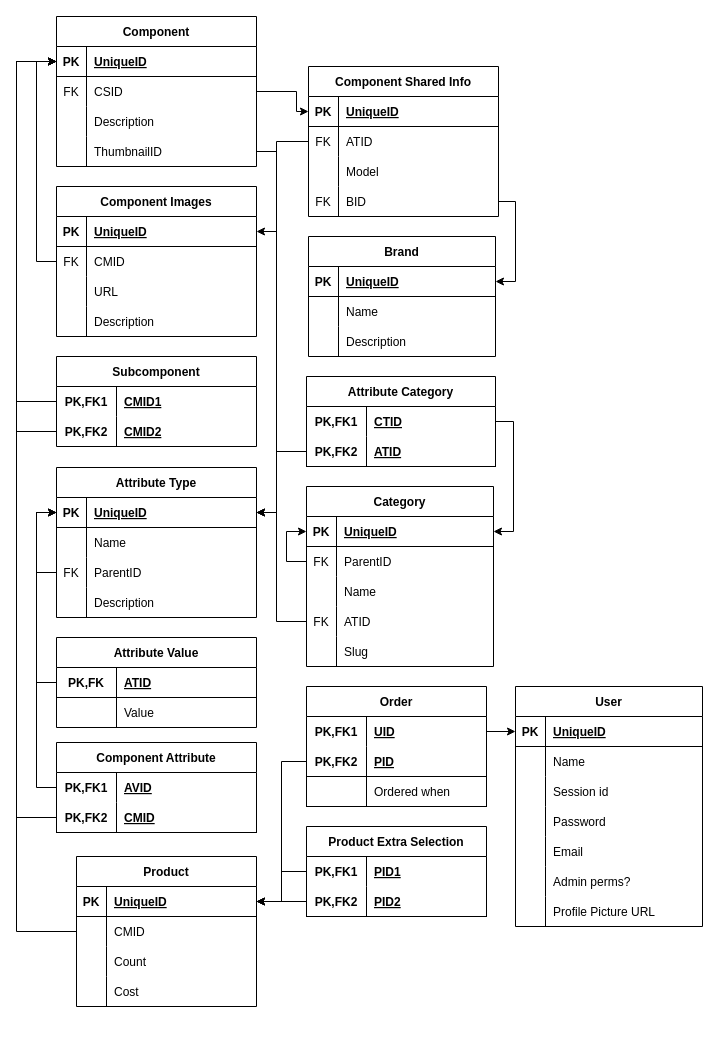
Earlier version of the draw.io diagram backend/Database Model.drawio (AirisRX/IOtech.lt). Source tidied: cells renumbered, new cells numbered last; positions are measured from the earlier drawing's top-left corner, leaving out a move shared by most shapes. Both pictures are drawn from the tidied source at 100%, with x=0, y=0 at pixel (16, 16).
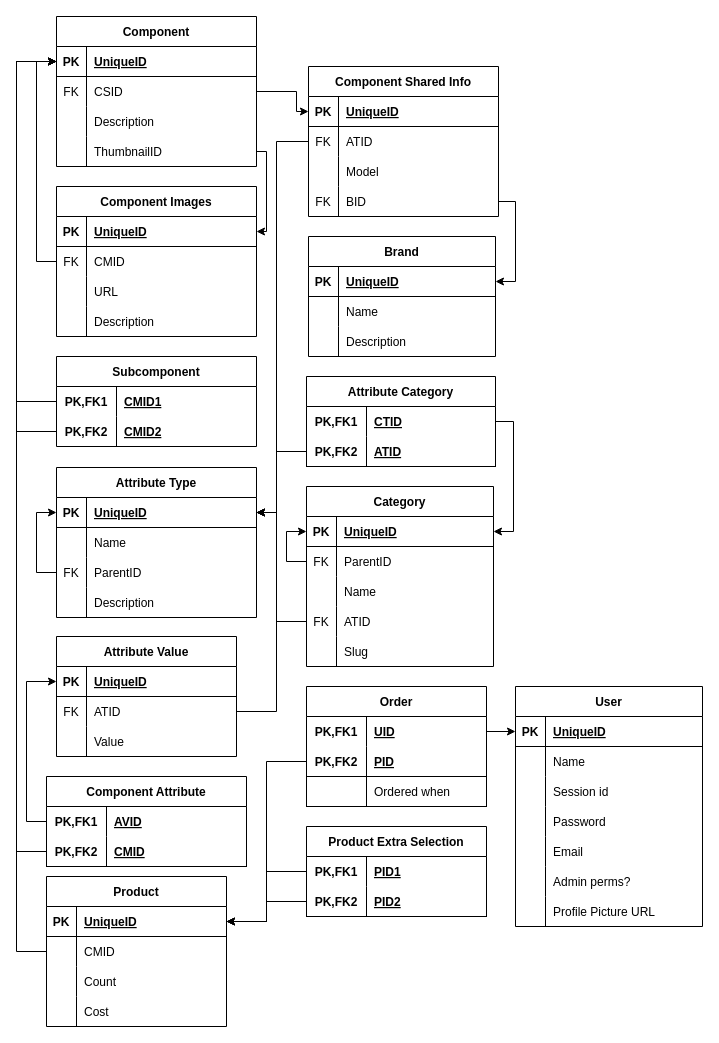
The same diagram, later.

Unchanged cells that the change refers to:
```xml
<mxCell id="54" style="shape=partialRectangle;fillColor=none;top=0;left=0;bottom=1;right=0;points=[[0,0.5],[1,0.5]];portConstraint=eastwest;" parent="53" vertex="1">
  <mxGeometry y="30" width="200" height="30" as="geometry" />
</mxCell>
<mxCell id="68" style="shape=partialRectangle;fillColor=none;top=0;left=0;bottom=0;right=0;points=[[0,0.5],[1,0.5]];portConstraint=eastwest;" parent="67" vertex="1">
  <mxGeometry y="30" width="200" height="30" as="geometry" />
</mxCell>
<mxCell id="71" style="shape=partialRectangle;fillColor=none;top=0;left=0;bottom=1;right=0;points=[[0,0.5],[1,0.5]];portConstraint=eastwest;" parent="67" vertex="1">
  <mxGeometry y="60" width="200" height="30" as="geometry" />
</mxCell>
<mxCell id="136" style="shape=partialRectangle;fillColor=none;top=0;left=0;bottom=1;right=0;points=[[0,0.5],[1,0.5]];portConstraint=eastwest;" parent="135" vertex="1">
  <mxGeometry y="30" width="200" height="30" as="geometry" />
</mxCell>
<mxCell id="145" style="shape=partialRectangle;fillColor=none;top=0;left=0;bottom=0;right=0;points=[[0,0.5],[1,0.5]];portConstraint=eastwest;" parent="135" vertex="1">
  <mxGeometry y="120" width="200" height="30" as="geometry" />
</mxCell>
<mxCell id="149" style="shape=partialRectangle;fillColor=none;top=0;left=0;bottom=1;right=0;points=[[0,0.5],[1,0.5]];portConstraint=eastwest;" parent="148" vertex="1">
  <mxGeometry y="30" width="200" height="30" as="geometry" />
</mxCell>
<mxCell id="170" style="shape=partialRectangle;fillColor=none;top=0;left=0;bottom=0;right=0;points=[[0,0.5],[1,0.5]];portConstraint=eastwest;" parent="166" vertex="1">
  <mxGeometry y="60" width="180" height="30" as="geometry" />
</mxCell>
```

What changed in the source:
```diff
@@
     <mxCell id="67" value="Component Attribute" style="shape=table;startSize=30;childLayout=tableLayout;rowLines=0;fontStyle=1;align=center;" parent="1" vertex="1">
-      <mxGeometry x="40" y="726" width="200" height="90" as="geometry" />
+      <mxGeometry x="30" y="760" width="200" height="90" as="geometry" />
     </mxCell>
@@
-    <mxCell id="117" value="Attribute Value" style="shape=table;startSize=30;childLayout=tableLayout;rowLines=0;fontStyle=1;align=center;" parent="1" vertex="1">
-      <mxGeometry x="40" y="621" width="200" height="90" as="geometry" />
-    </mxCell>
-    <mxCell id="118" style="shape=partialRectangle;fillColor=none;top=0;left=0;bottom=1;right=0;points=[[0,0.5],[1,0.5]];portConstraint=eastwest;" parent="117" vertex="1">
-      <mxGeometry y="30" width="200" height="30" as="geometry" />
-    </mxCell>
-    <mxCell id="119" value="PK,FK" style="shape=partialRectangle;fillColor=none;top=0;left=0;bottom=0;right=0;fontStyle=1;overflow=hidden;" parent="118" vertex="1">
-      <mxGeometry width="60" height="30" as="geometry" />
-    </mxCell>
-    <mxCell id="120" value="ATID" style="shape=partialRectangle;fillColor=none;top=0;left=0;bottom=0;right=0;align=left;spacingLeft=6;fontStyle=5;overflow=hidden;" parent="118" vertex="1">
-      <mxGeometry x="60" width="140" height="30" as="geometry" />
-    </mxCell>
-    <mxCell id="121" style="shape=partialRectangle;fillColor=none;top=0;left=0;bottom=0;right=0;" parent="117" vertex="1">
-      <mxGeometry y="60" width="200" height="30" as="geometry" />
-    </mxCell>
-    <mxCell id="122" style="shape=partialRectangle;fillColor=none;top=0;left=0;bottom=0;right=0;overflow=hidden;" parent="121" vertex="1">
-      <mxGeometry width="60" height="30" as="geometry" />
-    </mxCell>
-    <mxCell id="123" value="Value" style="shape=partialRectangle;fillColor=none;top=0;left=0;bottom=0;right=0;align=left;spacingLeft=6;overflow=hidden;" parent="121" vertex="1">
-      <mxGeometry x="60" width="140" height="30" as="geometry" />
-    </mxCell>
@@
-    <mxCell id="132" style="edgeStyle=orthogonalEdgeStyle;rounded=0;jettySize=auto;html=1;entryX=0;entryY=0.5;entryDx=0;entryDy=0;" parent="1" edge="1" source="118" target="54">
-      <mxGeometry relative="1" as="geometry" />
-    </mxCell>
-    <mxCell id="133" style="edgeStyle=orthogonalEdgeStyle;rounded=0;jettySize=auto;html=1;entryX=0;entryY=0.5;entryDx=0;entryDy=0;" parent="1" edge="1" source="68" target="54">
-      <mxGeometry relative="1" as="geometry" />
-    </mxCell>
@@
     <mxCell id="163" style="edgeStyle=orthogonalEdgeStyle;rounded=0;jettySize=auto;html=1;" parent="1" edge="1" source="145" target="149">
       <mxGeometry relative="1" as="geometry">
         <Array as="points">
-          <mxPoint x="260" y="135" />
-          <mxPoint x="260" y="215" />
+          <mxPoint x="250" y="135" />
+          <mxPoint x="250" y="215" />
         </Array>
       </mxGeometry>
     </mxCell>
@@
     <mxCell id="166" value="Product" style="shape=table;startSize=30;childLayout=tableLayout;rowLines=0;fontStyle=1;align=center;" parent="1" vertex="1">
-      <mxGeometry x="60" y="840" width="180" height="150" as="geometry" />
+      <mxGeometry x="30" y="860" width="180" height="150" as="geometry" />
     </mxCell>
@@
-    <mxCell id="181" style="edgeStyle=orthogonalEdgeStyle;rounded=0;jettySize=auto;html=1;entryX=0;entryY=0.5;entryDx=0;entryDy=0;" parent="1" edge="1" source="71" target="136">
-      <mxGeometry relative="1" as="geometry">
-        <Array as="points">
-          <mxPoint y="801" />
-          <mxPoint y="45" />
-        </Array>
-      </mxGeometry>
-    </mxCell>
-    <mxCell id="182" style="edgeStyle=orthogonalEdgeStyle;rounded=0;jettySize=auto;html=1;entryX=0;entryY=0.5;entryDx=0;entryDy=0;" parent="1" edge="1" source="170" target="136">
-      <mxGeometry relative="1" as="geometry">
-        <Array as="points">
-          <mxPoint y="915" />
-          <mxPoint y="45" />
-        </Array>
-      </mxGeometry>
-    </mxCell>
@@
+    <mxCell id="117" value="Attribute Value" style="shape=table;startSize=30;childLayout=tableLayout;rowLines=0;fontStyle=1;align=center;" parent="1" vertex="1">
+      <mxGeometry x="40" y="620" width="180" height="120" as="geometry" />
+    </mxCell>
+    <mxCell id="188" style="shape=partialRectangle;fillColor=none;top=0;left=0;bottom=1;right=0;points=[[0,0.5],[1,0.5]];portConstraint=eastwest;" parent="117" vertex="1">
+      <mxGeometry y="30" width="180" height="30" as="geometry" />
+    </mxCell>
+    <mxCell id="189" value="PK" style="shape=partialRectangle;fillColor=none;top=0;left=0;bottom=0;right=0;fontStyle=1;overflow=hidden;" parent="188" vertex="1">
+      <mxGeometry width="30" height="30" as="geometry" />
+    </mxCell>
+    <mxCell id="190" value="UniqueID" style="shape=partialRectangle;fillColor=none;top=0;left=0;bottom=0;right=0;align=left;spacingLeft=6;fontStyle=5;overflow=hidden;" parent="188" vertex="1">
+      <mxGeometry x="30" width="150" height="30" as="geometry" />
+    </mxCell>
+    <mxCell id="191" style="shape=partialRectangle;fillColor=none;top=0;left=0;bottom=0;right=0;points=[[0,0.5],[1,0.5]];portConstraint=eastwest;" parent="117" vertex="1">
+      <mxGeometry y="60" width="180" height="30" as="geometry" />
+    </mxCell>
+    <mxCell id="192" value="FK" style="shape=partialRectangle;fillColor=none;top=0;left=0;bottom=0;right=0;overflow=hidden;" parent="191" vertex="1">
+      <mxGeometry width="30" height="30" as="geometry" />
+    </mxCell>
+    <mxCell id="120" value="ATID" style="shape=partialRectangle;fillColor=none;top=0;left=0;bottom=0;right=0;align=left;spacingLeft=6;overflow=hidden;" parent="191" vertex="1">
+      <mxGeometry x="30" width="150" height="30" as="geometry" />
+    </mxCell>
+    <mxCell id="193" style="shape=partialRectangle;fillColor=none;top=0;left=0;bottom=0;right=0;" parent="117" vertex="1">
+      <mxGeometry y="90" width="180" height="30" as="geometry" />
+    </mxCell>
+    <mxCell id="194" style="shape=partialRectangle;fillColor=none;top=0;left=0;bottom=0;right=0;overflow=hidden;" parent="193" vertex="1">
+      <mxGeometry width="30" height="30" as="geometry" />
+    </mxCell>
+    <mxCell id="123" value="Value" style="shape=partialRectangle;fillColor=none;top=0;left=0;bottom=0;right=0;align=left;spacingLeft=6;overflow=hidden;" parent="193" vertex="1">
+      <mxGeometry x="30" width="150" height="30" as="geometry" />
+    </mxCell>
+    <mxCell id="181" style="edgeStyle=orthogonalEdgeStyle;rounded=0;jettySize=auto;html=1;entryX=0;entryY=0.5;entryDx=0;entryDy=0;" parent="1" edge="1" source="71" target="136">
+      <mxGeometry relative="1" as="geometry">
+        <Array as="points">
+          <mxPoint y="835" />
+          <mxPoint y="45" />
+        </Array>
+      </mxGeometry>
+    </mxCell>
+    <mxCell id="182" style="edgeStyle=orthogonalEdgeStyle;rounded=0;jettySize=auto;html=1;entryX=0;entryY=0.5;entryDx=0;entryDy=0;exitX=0;exitY=0.5;exitDx=0;exitDy=0;" parent="1" edge="1" source="170" target="136">
+      <mxGeometry relative="1" as="geometry">
+        <Array as="points">
+          <mxPoint y="935" />
+          <mxPoint y="45" />
+        </Array>
+      </mxGeometry>
+    </mxCell>
+    <mxCell id="195" style="edgeStyle=orthogonalEdgeStyle;rounded=0;jettySize=auto;html=1;entryX=0;entryY=0.5;entryDx=0;entryDy=0;" parent="1" edge="1" source="68" target="188">
+      <mxGeometry relative="1" as="geometry" />
+    </mxCell>
+    <mxCell id="196" style="edgeStyle=orthogonalEdgeStyle;rounded=0;jettySize=auto;html=1;" parent="1" edge="1" source="191" target="54">
+      <mxGeometry relative="1" as="geometry">
+        <Array as="points">
+          <mxPoint x="260" y="695" />
+          <mxPoint x="260" y="496" />
+        </Array>
+      </mxGeometry>
+    </mxCell>
```
